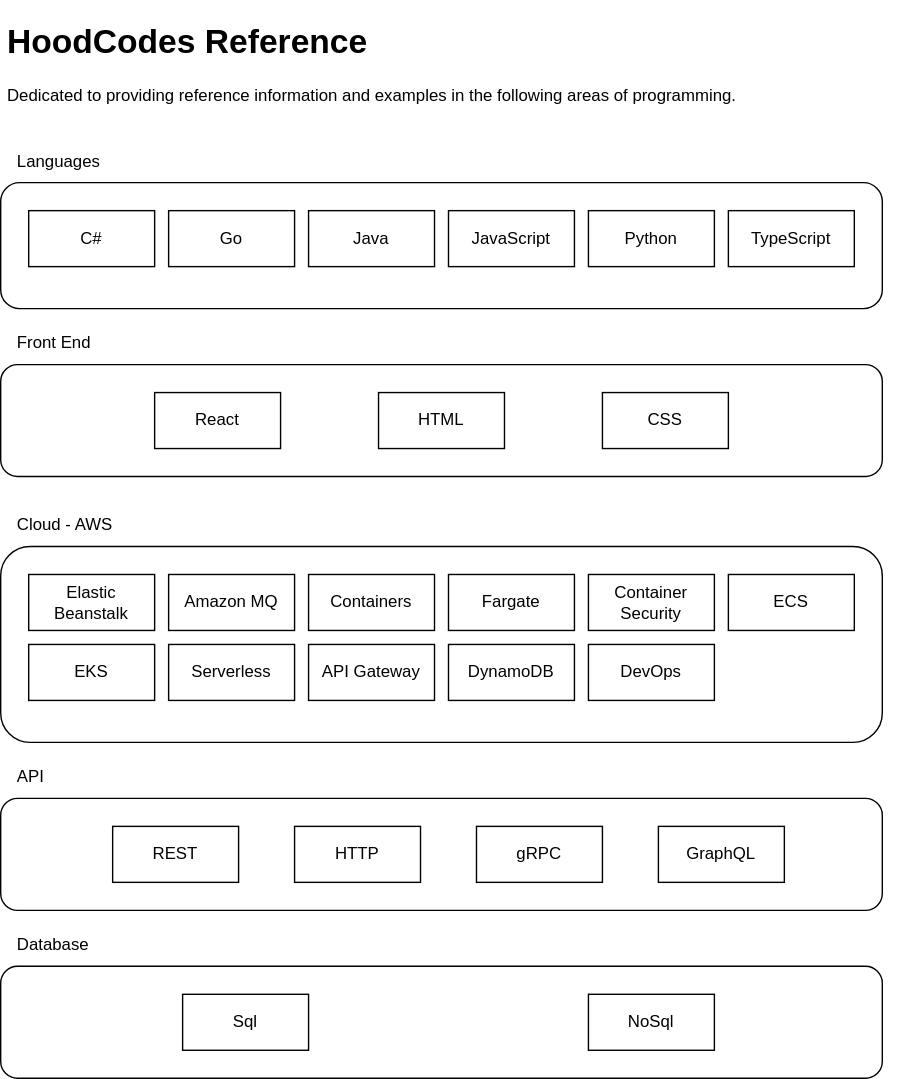
The draw.io diagram assets/Topics.svg in hoodcodes/hoodcodes.github.io, before a commit. Source tidied: cells renumbered, new cells last; positions are measured from the earlier drawing's top-left corner, leaving out a move shared by most shapes. Source of this version:
```xml
<mxGraphModel>
  <root>
    <mxCell id="0" />
    <mxCell id="1" parent="0" />
    <mxCell id="2" style="rounded=1;whiteSpace=wrap;html=1;" parent="1" vertex="1">
      <mxGeometry y="120" width="630" height="90" as="geometry" />
    </mxCell>
    <mxCell id="3" value="&lt;h1&gt;HoodCodes Reference&lt;/h1&gt;&lt;p&gt;Dedicated to providing reference information and examples in the following areas of programming.&amp;nbsp;&lt;/p&gt;" style="text;html=1;spacing=5;spacingTop=-20;whiteSpace=wrap;overflow=hidden;rounded=0;" parent="1" vertex="1">
      <mxGeometry width="640" height="80" as="geometry" />
    </mxCell>
    <mxCell id="4" value="Languages" style="text;html=1;strokeColor=none;fillColor=none;align=left;verticalAlign=middle;whiteSpace=wrap;rounded=0;" parent="1" vertex="1">
      <mxGeometry x="10" y="90" width="60" height="30" as="geometry" />
    </mxCell>
    <mxCell id="5" style="rounded=1;whiteSpace=wrap;html=1;" parent="1" vertex="1">
      <mxGeometry y="560" width="630" height="80" as="geometry" />
    </mxCell>
    <mxCell id="6" value="REST" style="rounded=0;whiteSpace=wrap;html=1;" parent="1" vertex="1">
      <mxGeometry x="80" y="580" width="90" height="40" as="geometry" />
    </mxCell>
    <mxCell id="7" value="HTTP" style="rounded=0;whiteSpace=wrap;html=1;" parent="1" vertex="1">
      <mxGeometry x="210" y="580" width="90" height="40" as="geometry" />
    </mxCell>
    <mxCell id="8" value="gRPC" style="rounded=0;whiteSpace=wrap;html=1;" parent="1" vertex="1">
      <mxGeometry x="340" y="580" width="90" height="40" as="geometry" />
    </mxCell>
    <mxCell id="9" value="GraphQL" style="rounded=0;whiteSpace=wrap;html=1;" parent="1" vertex="1">
      <mxGeometry x="470" y="580" width="90" height="40" as="geometry" />
    </mxCell>
    <mxCell id="10" value="C#" style="rounded=0;whiteSpace=wrap;html=1;fontStyle=0;" parent="1" vertex="1">
      <mxGeometry x="20" y="140" width="90" height="40" as="geometry" />
    </mxCell>
    <mxCell id="11" value="Java" style="rounded=0;whiteSpace=wrap;html=1;fontStyle=0;" parent="1" vertex="1">
      <mxGeometry x="220" y="140" width="90" height="40" as="geometry" />
    </mxCell>
    <mxCell id="12" value="JavaScript" style="rounded=0;whiteSpace=wrap;html=1;fontStyle=0;" parent="1" vertex="1">
      <mxGeometry x="320" y="140" width="90" height="40" as="geometry" />
    </mxCell>
    <mxCell id="13" value="Go" style="rounded=0;whiteSpace=wrap;html=1;fontStyle=0;" parent="1" vertex="1">
      <mxGeometry x="120" y="140" width="90" height="40" as="geometry" />
    </mxCell>
    <mxCell id="14" value="TypeScript" style="rounded=0;whiteSpace=wrap;html=1;fontStyle=0;" parent="1" vertex="1">
      <mxGeometry x="520" y="140" width="90" height="40" as="geometry" />
    </mxCell>
    <mxCell id="15" value="Python" style="rounded=0;whiteSpace=wrap;html=1;fontStyle=0;" parent="1" vertex="1">
      <mxGeometry x="420" y="140" width="90" height="40" as="geometry" />
    </mxCell>
    <mxCell id="16" value="API" style="text;html=1;strokeColor=none;fillColor=none;align=left;verticalAlign=middle;whiteSpace=wrap;rounded=0;" parent="1" vertex="1">
      <mxGeometry x="10" y="530" width="60" height="30" as="geometry" />
    </mxCell>
    <mxCell id="17" style="rounded=1;whiteSpace=wrap;html=1;" parent="1" vertex="1">
      <mxGeometry y="380" width="630" height="140" as="geometry" />
    </mxCell>
    <mxCell id="18" value="Cloud - AWS" style="text;html=1;strokeColor=none;fillColor=none;align=left;verticalAlign=middle;whiteSpace=wrap;rounded=0;" parent="1" vertex="1">
      <mxGeometry x="10" y="350" width="80" height="30" as="geometry" />
    </mxCell>
    <mxCell id="19" style="rounded=1;whiteSpace=wrap;html=1;" parent="1" vertex="1">
      <mxGeometry y="250" width="630" height="80" as="geometry" />
    </mxCell>
    <mxCell id="20" value="Elastic Beanstalk" style="rounded=0;whiteSpace=wrap;html=1;" parent="1" vertex="1">
      <mxGeometry x="20" y="400" width="90" height="40" as="geometry" />
    </mxCell>
    <mxCell id="21" value="Amazon MQ" style="rounded=0;whiteSpace=wrap;html=1;" parent="1" vertex="1">
      <mxGeometry x="120" y="400" width="90" height="40" as="geometry" />
    </mxCell>
    <mxCell id="22" value="Fargate" style="rounded=0;whiteSpace=wrap;html=1;" parent="1" vertex="1">
      <mxGeometry x="320" y="400" width="90" height="40" as="geometry" />
    </mxCell>
    <mxCell id="23" value="Containers" style="rounded=0;whiteSpace=wrap;html=1;" parent="1" vertex="1">
      <mxGeometry x="220" y="400" width="90" height="40" as="geometry" />
    </mxCell>
    <mxCell id="24" value="Container Security" style="rounded=0;whiteSpace=wrap;html=1;" parent="1" vertex="1">
      <mxGeometry x="420" y="400" width="90" height="40" as="geometry" />
    </mxCell>
    <mxCell id="25" value="Front End" style="text;html=1;strokeColor=none;fillColor=none;align=left;verticalAlign=middle;whiteSpace=wrap;rounded=0;" parent="1" vertex="1">
      <mxGeometry x="10" y="220" width="60" height="30" as="geometry" />
    </mxCell>
    <mxCell id="26" style="rounded=1;whiteSpace=wrap;html=1;" parent="1" vertex="1">
      <mxGeometry y="680" width="630" height="80" as="geometry" />
    </mxCell>
    <mxCell id="27" value="Sql" style="rounded=0;whiteSpace=wrap;html=1;" parent="1" vertex="1">
      <mxGeometry x="130" y="700" width="90" height="40" as="geometry" />
    </mxCell>
    <mxCell id="28" value="NoSql" style="rounded=0;whiteSpace=wrap;html=1;" parent="1" vertex="1">
      <mxGeometry x="420" y="700" width="90" height="40" as="geometry" />
    </mxCell>
    <mxCell id="29" value="Database" style="text;html=1;strokeColor=none;fillColor=none;align=left;verticalAlign=middle;whiteSpace=wrap;rounded=0;" parent="1" vertex="1">
      <mxGeometry x="10" y="650" width="60" height="30" as="geometry" />
    </mxCell>
    <mxCell id="30" value="EKS" style="rounded=0;whiteSpace=wrap;html=1;" parent="1" vertex="1">
      <mxGeometry x="20" y="450" width="90" height="40" as="geometry" />
    </mxCell>
    <mxCell id="31" value="Serverless" style="rounded=0;whiteSpace=wrap;html=1;" parent="1" vertex="1">
      <mxGeometry x="120" y="450" width="90" height="40" as="geometry" />
    </mxCell>
    <mxCell id="32" value="API Gateway" style="rounded=0;whiteSpace=wrap;html=1;" parent="1" vertex="1">
      <mxGeometry x="220" y="450" width="90" height="40" as="geometry" />
    </mxCell>
    <mxCell id="33" value="DevOps" style="rounded=0;whiteSpace=wrap;html=1;" parent="1" vertex="1">
      <mxGeometry x="420" y="450" width="90" height="40" as="geometry" />
    </mxCell>
    <mxCell id="34" value="DynamoDB" style="rounded=0;whiteSpace=wrap;html=1;" parent="1" vertex="1">
      <mxGeometry x="320" y="450" width="90" height="40" as="geometry" />
    </mxCell>
    <mxCell id="35" value="React" style="rounded=0;whiteSpace=wrap;html=1;fontStyle=0;" parent="1" vertex="1">
      <mxGeometry x="110" y="270" width="90" height="40" as="geometry" />
    </mxCell>
    <mxCell id="36" value="ECS" style="rounded=0;whiteSpace=wrap;html=1;" parent="1" vertex="1">
      <mxGeometry x="520" y="400" width="90" height="40" as="geometry" />
    </mxCell>
    <mxCell id="37" value="HTML" style="rounded=0;whiteSpace=wrap;html=1;fontStyle=0;" parent="1" vertex="1">
      <mxGeometry x="270" y="270" width="90" height="40" as="geometry" />
    </mxCell>
    <mxCell id="38" value="CSS" style="rounded=0;whiteSpace=wrap;html=1;fontStyle=0;" parent="1" vertex="1">
      <mxGeometry x="430" y="270" width="90" height="40" as="geometry" />
    </mxCell>
  </root>
</mxGraphModel>
```
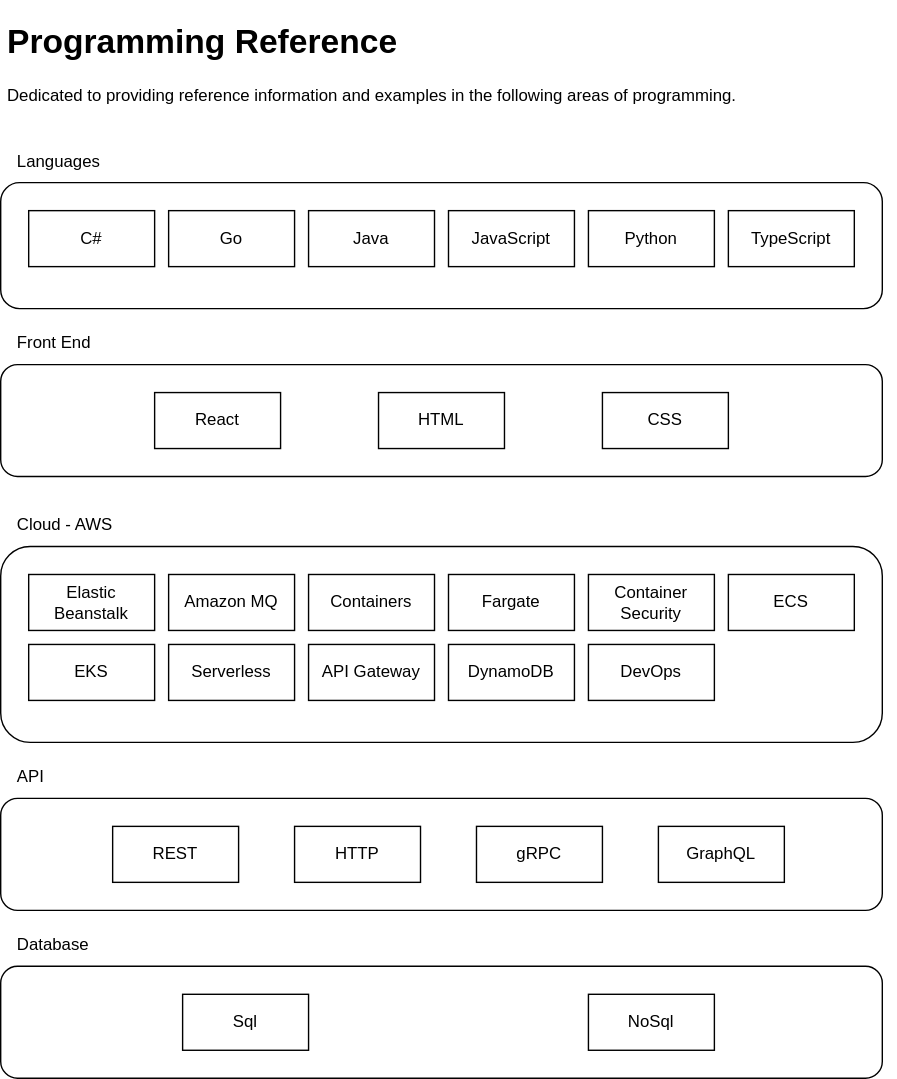
Above is the later version.

What changed in the source:
```diff
@@ -5,7 +5,7 @@
     <mxCell id="2" style="rounded=1;whiteSpace=wrap;html=1;" parent="1" vertex="1">
       <mxGeometry y="120" width="630" height="90" as="geometry" />
     </mxCell>
-    <mxCell id="3" value="&lt;h1&gt;HoodCodes Reference&lt;/h1&gt;&lt;p&gt;Dedicated to providing reference information and examples in the following areas of programming.&amp;nbsp;&lt;/p&gt;" style="text;html=1;spacing=5;spacingTop=-20;whiteSpace=wrap;overflow=hidden;rounded=0;" parent="1" vertex="1">
+    <mxCell id="3" value="&lt;h1&gt;Programming Reference&lt;/h1&gt;&lt;p&gt;Dedicated to providing reference information and examples in the following areas of programming.&amp;nbsp;&lt;/p&gt;" style="text;html=1;spacing=5;spacingTop=-20;whiteSpace=wrap;overflow=hidden;rounded=0;" parent="1" vertex="1">
       <mxGeometry width="640" height="80" as="geometry" />
     </mxCell>
     <mxCell id="4" value="Languages" style="text;html=1;strokeColor=none;fillColor=none;align=left;verticalAlign=middle;whiteSpace=wrap;rounded=0;" parent="1" vertex="1">
```
